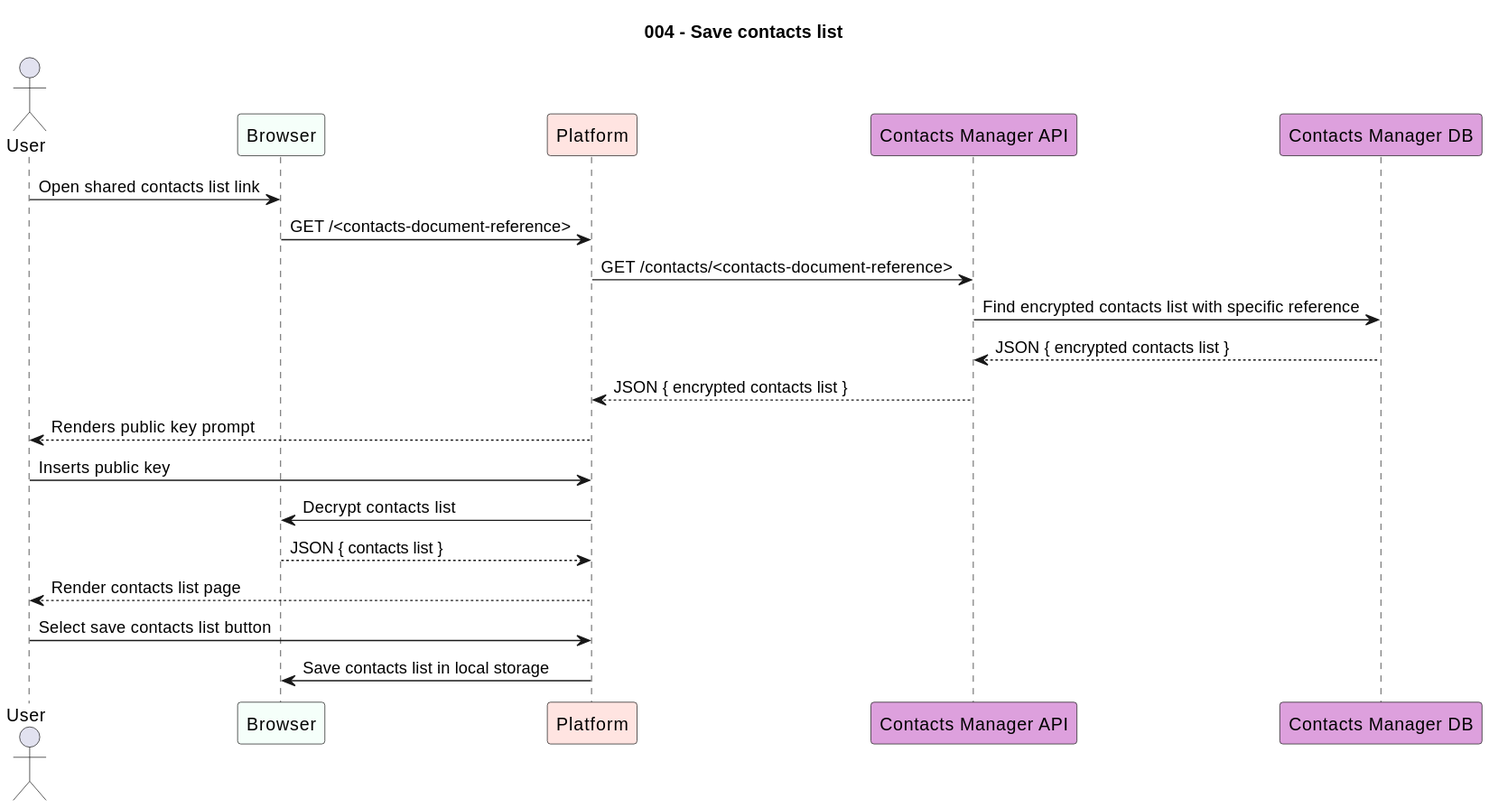
Before: src/usecases/004-save-contacts-list.svg, a diagram exported from PlantUML (paginas-secretas/docs).
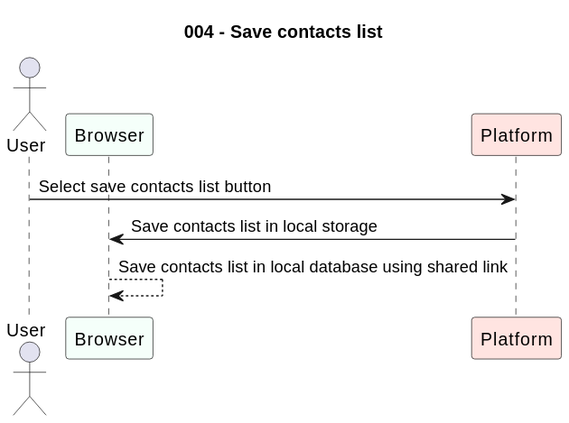
The same file after the commit.

Commit message:
refactor: remove unecessary steps in use cases #004 and #005

Diff of the diagram source:
```diff
@@ -4,22 +4,8 @@
 actor User
 participant Browser #MintCream
 participant "Platform" as PL #MistyRose
-participant "Contacts Manager API" as CNT #Plum
-participant "Contacts Manager DB" as CNT_DB #Plum
-
-User -> Browser: Open shared contacts list link
-Browser -> PL: GET /<contacts-document-reference>
-PL -> CNT: GET /contacts/<contacts-document-reference>
-CNT -> CNT_DB: Find encrypted contacts list with specific reference
-CNT_DB --> CNT: JSON { encrypted contacts list }
-CNT --> PL: JSON { encrypted contacts list }
-PL --> User: Renders public key prompt
-
-User -> PL: Inserts public key
-PL -> Browser: Decrypt contacts list
-Browser --> PL: JSON { contacts list }
-PL --> User: Render contacts list page
 
 User -> PL: Select save contacts list button
 PL -> Browser: Save contacts list in local storage
+Browser --> Browser: Save contacts list in local database using shared link
 @enduml
```
